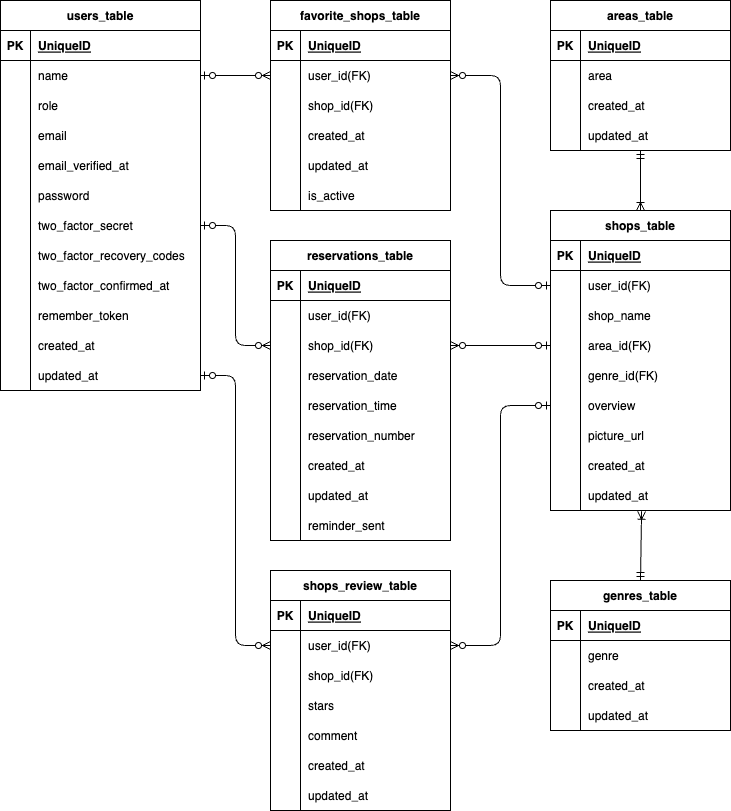
This is src/ER_drawing.drawio.png from hirokam/Rese_dev, a draw.io export, as it was before one commit. Source tidied: cells renumbered, new cells last; positions are measured from the earlier drawing's top-left corner, leaving out a move shared by most shapes.
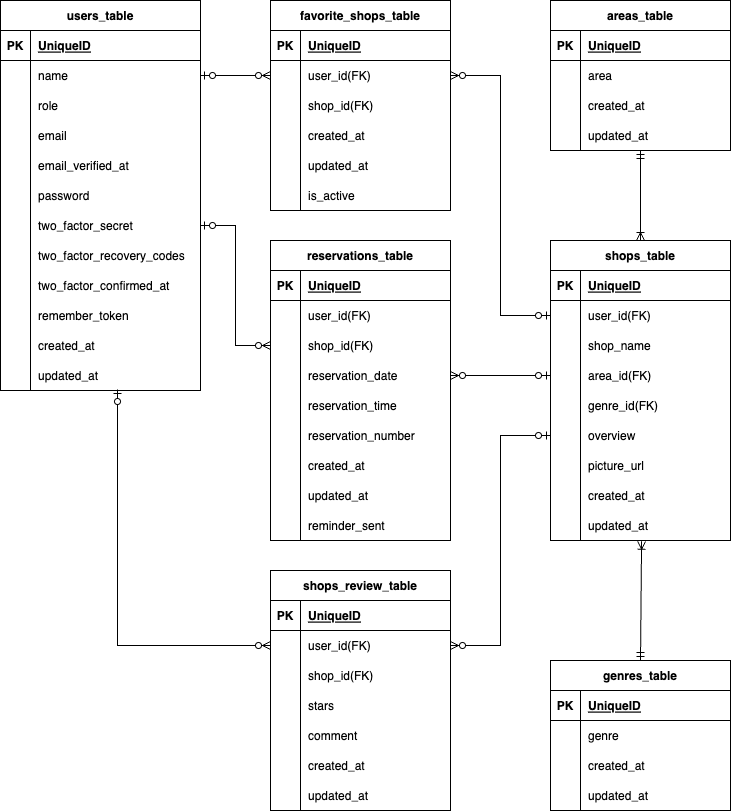
The same file after the commit.

The edit, as a diff of the source:
```diff
@@ -114,7 +114,7 @@
       <mxGeometry x="30" width="170" height="30" as="geometry" />
     </mxCell>
     <mxCell id="39" value="shops_table" style="shape=table;startSize=30;rowLines=0;fontStyle=1;align=center;" parent="1" vertex="1">
-      <mxGeometry x="550" y="210" width="180" height="300" as="geometry" />
+      <mxGeometry x="550" y="240" width="180" height="300" as="geometry" />
     </mxCell>
     <mxCell id="40" style="shape=tableRow;horizontal=0;startSize=0;swimlaneHead=0;swimlaneBody=0;fillColor=none;top=0;left=0;right=0;bottom=1;" parent="39" vertex="1">
       <mxGeometry y="30" width="180" height="30" as="geometry" />
@@ -341,13 +341,13 @@
     <mxCell id="114" style="fontSize=12;html=1;endArrow=ERzeroToMany;startArrow=ERzeroToOne;entryX=0;entryY=0.5;entryDx=0;entryDy=0;exitX=1;exitY=0.5;exitDx=0;exitDy=0;" parent="1" edge="1" source="6" target="71">
       <mxGeometry relative="1" as="geometry" />
     </mxCell>
-    <mxCell id="115" style="fontSize=12;html=1;endArrow=ERzeroToMany;startArrow=ERzeroToOne;entryX=1;entryY=0.5;entryDx=0;entryDy=0;exitX=0;exitY=0.5;exitDx=0;exitDy=0;edgeStyle=orthogonalEdgeStyle;" parent="1" edge="1" source="43" target="71">
+    <mxCell id="115" style="fontSize=12;html=1;endArrow=ERzeroToMany;startArrow=ERzeroToOne;entryX=1;entryY=0.5;entryDx=0;entryDy=0;exitX=0;exitY=0.5;exitDx=0;exitDy=0;edgeStyle=orthogonalEdgeStyle;rounded=0;" parent="1" edge="1" source="43" target="71">
       <mxGeometry relative="1" as="geometry" />
     </mxCell>
-    <mxCell id="116" style="fontSize=12;html=1;endArrow=ERzeroToMany;startArrow=ERzeroToOne;entryX=0;entryY=0.5;entryDx=0;entryDy=0;exitX=1;exitY=0.5;exitDx=0;exitDy=0;edgeStyle=elbowEdgeStyle;" parent="1" edge="1" source="21" target="93">
+    <mxCell id="116" style="fontSize=12;html=1;endArrow=ERzeroToMany;startArrow=ERzeroToOne;entryX=0;entryY=0.5;entryDx=0;entryDy=0;exitX=1;exitY=0.5;exitDx=0;exitDy=0;edgeStyle=elbowEdgeStyle;rounded=0;strokeColor=default;" parent="1" edge="1" source="21" target="93">
       <mxGeometry relative="1" as="geometry" />
     </mxCell>
-    <mxCell id="117" style="fontSize=12;html=1;endArrow=ERzeroToMany;startArrow=ERzeroToOne;entryX=1;entryY=0.5;entryDx=0;entryDy=0;exitX=0;exitY=0.5;exitDx=0;exitDy=0;" parent="1" edge="1" source="49" target="93">
+    <mxCell id="117" style="fontSize=12;html=1;endArrow=ERzeroToMany;startArrow=ERzeroToOne;entryX=1;entryY=0.5;entryDx=0;entryDy=0;exitX=0;exitY=0.5;exitDx=0;exitDy=0;" parent="1" edge="1" source="49" target="96">
       <mxGeometry relative="1" as="geometry" />
     </mxCell>
     <mxCell id="118" value="shops_review_table" style="shape=table;startSize=30;rowLines=0;fontStyle=1;align=center;" parent="1" vertex="1">
@@ -416,10 +416,10 @@
     <mxCell id="139" value="updated_at" style="shape=partialRectangle;fillColor=none;top=0;left=0;bottom=0;right=0;align=left;spacingLeft=6;overflow=hidden;" parent="137" vertex="1">
       <mxGeometry x="30" width="150" height="30" as="geometry" />
     </mxCell>
-    <mxCell id="140" style="edgeStyle=orthogonalEdgeStyle;fontSize=12;html=1;endArrow=ERzeroToMany;startArrow=ERzeroToOne;exitX=1;exitY=0.5;exitDx=0;exitDy=0;entryX=0;entryY=0.5;entryDx=0;entryDy=0;" parent="1" edge="1" source="36" target="122">
+    <mxCell id="140" style="edgeStyle=orthogonalEdgeStyle;fontSize=12;html=1;endArrow=ERzeroToMany;startArrow=ERzeroToOne;exitX=0.585;exitY=0.967;exitDx=0;exitDy=0;entryX=0;entryY=0.5;entryDx=0;entryDy=0;rounded=0;exitPerimeter=0;" parent="1" edge="1" source="36" target="122">
       <mxGeometry relative="1" as="geometry" />
     </mxCell>
-    <mxCell id="141" style="edgeStyle=orthogonalEdgeStyle;fontSize=12;html=1;endArrow=ERzeroToMany;startArrow=ERzeroToOne;exitX=0;exitY=0.5;exitDx=0;exitDy=0;entryX=1;entryY=0.5;entryDx=0;entryDy=0;" parent="1" edge="1" source="55" target="122">
+    <mxCell id="141" style="edgeStyle=orthogonalEdgeStyle;fontSize=12;html=1;endArrow=ERzeroToMany;startArrow=ERzeroToOne;exitX=0;exitY=0.5;exitDx=0;exitDy=0;entryX=1;entryY=0.5;entryDx=0;entryDy=0;rounded=0;" parent="1" edge="1" source="55" target="122">
       <mxGeometry relative="1" as="geometry" />
     </mxCell>
     <mxCell id="142" value="areas_table" style="shape=table;startSize=30;rowLines=0;fontStyle=1;align=center;" parent="1" vertex="1">
@@ -462,7 +462,7 @@
       <mxGeometry x="30" width="150" height="30" as="geometry" />
     </mxCell>
     <mxCell id="155" value="genres_table" style="shape=table;startSize=30;rowLines=0;fontStyle=1;align=center;" parent="1" vertex="1">
-      <mxGeometry x="550" y="580" width="180" height="150" as="geometry" />
+      <mxGeometry x="550" y="660" width="180" height="150" as="geometry" />
     </mxCell>
     <mxCell id="156" style="shape=tableRow;horizontal=0;startSize=0;swimlaneHead=0;swimlaneBody=0;fillColor=none;top=0;left=0;right=0;bottom=1;" parent="155" vertex="1">
       <mxGeometry y="30" width="180" height="30" as="geometry" />
```
